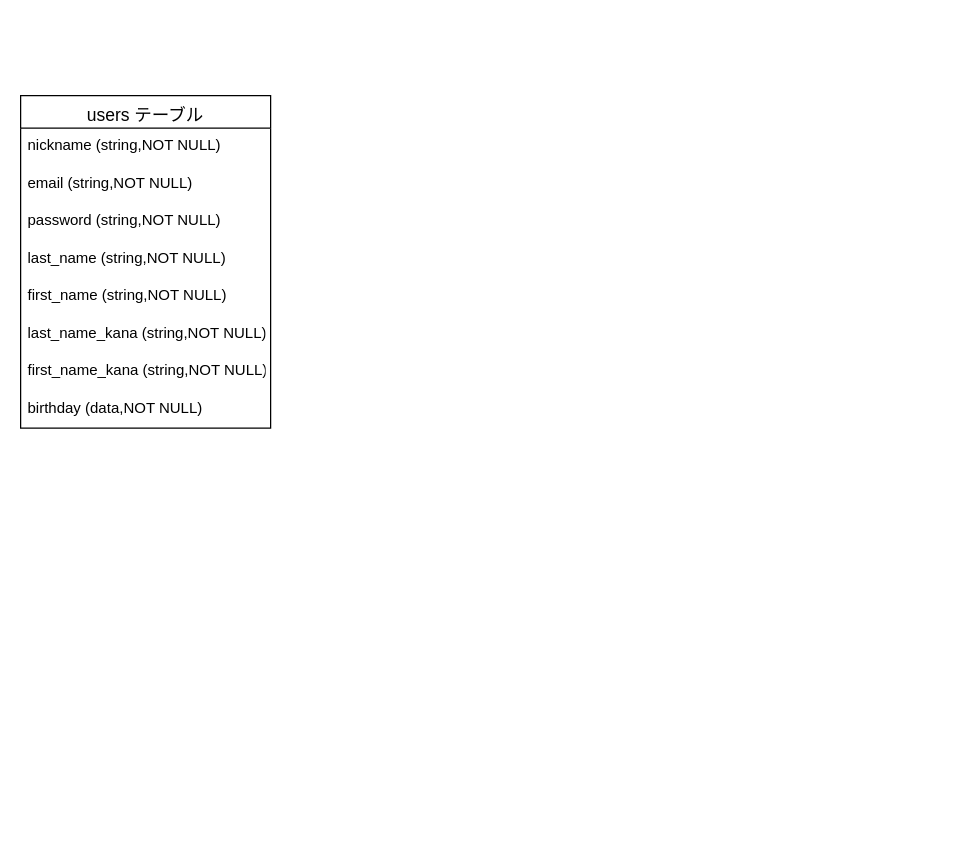
This is furima.dio from fujiwarashi/furima-31089, a draw.io file, before an edit. Source tidied: cells renumbered, new cells numbered last; positions are measured from the earlier drawing's top-left corner, leaving out a move shared by most shapes. Both pictures are drawn from the tidied source at 125%, with x=0, y=0 at pixel (20, 95).
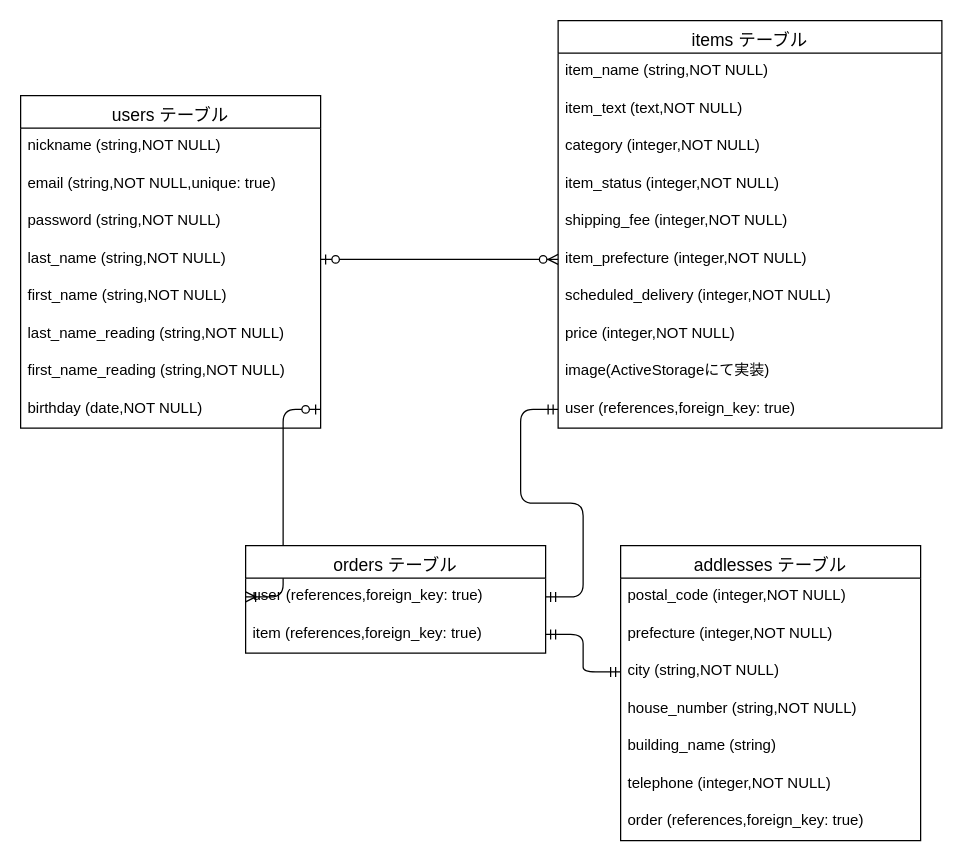
The same page after the edit.

Diff of the diagram source:
```diff
@@
+    <mxCell id="11" style="edgeStyle=entityRelationEdgeStyle;fontSize=12;html=1;endArrow=ERzeroToMany;startArrow=ERzeroToOne;exitX=1;exitY=0.5;exitDx=0;exitDy=0;entryX=0;entryY=0.5;entryDx=0;entryDy=0;" parent="1" edge="1" source="6" target="22">
+      <mxGeometry relative="1" as="geometry" />
+    </mxCell>
     <mxCell id="2" value="users テーブル" style="swimlane;fontStyle=0;horizontal=1;startSize=26;align=center;fontSize=14;verticalAlign=bottom;" parent="1" vertex="1">
-      <mxGeometry width="200" height="266" as="geometry" />
+      <mxGeometry width="240" height="266" as="geometry" />
     </mxCell>
     <mxCell id="3" value="nickname (string,NOT NULL)" style="text;strokeColor=none;fillColor=none;spacingLeft=4;spacingRight=4;overflow=hidden;fontSize=12;" parent="2" vertex="1">
-      <mxGeometry y="26" width="200" height="30" as="geometry" />
+      <mxGeometry y="26" width="240" height="30" as="geometry" />
     </mxCell>
-    <mxCell id="4" value="email (string,NOT NULL)" style="text;strokeColor=none;fillColor=none;spacingLeft=4;spacingRight=4;overflow=hidden;fontSize=12;" parent="2" vertex="1">
-      <mxGeometry y="56" width="200" height="30" as="geometry" />
-    </mxCell>
+    <mxCell id="12" value="email (string,NOT NULL,unique: true)" style="text;strokeColor=none;fillColor=none;spacingLeft=4;spacingRight=4;overflow=hidden;fontSize=12;" parent="2" vertex="1">
+      <mxGeometry y="56" width="240" height="30" as="geometry" />
+    </mxCell>
     <mxCell id="5" value="password (string,NOT NULL)" style="text;strokeColor=none;fillColor=none;spacingLeft=4;spacingRight=4;overflow=hidden;fontSize=12;" parent="2" vertex="1">
-      <mxGeometry y="86" width="200" height="30" as="geometry" />
+      <mxGeometry y="86" width="240" height="30" as="geometry" />
     </mxCell>
     <mxCell id="6" value="last_name (string,NOT NULL)" style="text;strokeColor=none;fillColor=none;spacingLeft=4;spacingRight=4;overflow=hidden;points=[[0,0.5],[1,0.5]];portConstraint=eastwest;fontSize=12;" parent="2" vertex="1">
-      <mxGeometry y="116" width="200" height="30" as="geometry" />
+      <mxGeometry y="116" width="240" height="30" as="geometry" />
     </mxCell>
     <mxCell id="7" value="first_name (string,NOT NULL)" style="text;strokeColor=none;fillColor=none;spacingLeft=4;spacingRight=4;overflow=hidden;fontSize=12;" parent="2" vertex="1">
-      <mxGeometry y="146" width="200" height="30" as="geometry" />
+      <mxGeometry y="146" width="240" height="30" as="geometry" />
     </mxCell>
-    <mxCell id="8" value="last_name_kana (string,NOT NULL)" style="text;strokeColor=none;fillColor=none;spacingLeft=4;spacingRight=4;overflow=hidden;fontSize=12;" parent="2" vertex="1">
-      <mxGeometry y="176" width="200" height="30" as="geometry" />
-    </mxCell>
-    <mxCell id="9" value="first_name_kana (string,NOT NULL)" style="text;strokeColor=none;fillColor=none;spacingLeft=4;spacingRight=4;overflow=hidden;fontSize=12;" parent="2" vertex="1">
-      <mxGeometry y="206" width="200" height="30" as="geometry" />
-    </mxCell>
-    <mxCell id="10" value="birthday (data,NOT NULL)" style="text;strokeColor=none;fillColor=none;spacingLeft=4;spacingRight=4;overflow=hidden;fontSize=12;" parent="2" vertex="1">
-      <mxGeometry y="236" width="200" height="30" as="geometry" />
-    </mxCell>
+    <mxCell id="13" value="last_name_reading (string,NOT NULL)" style="text;strokeColor=none;fillColor=none;spacingLeft=4;spacingRight=4;overflow=hidden;fontSize=12;" parent="2" vertex="1">
+      <mxGeometry y="176" width="240" height="30" as="geometry" />
+    </mxCell>
+    <mxCell id="14" value="first_name_reading (string,NOT NULL)" style="text;strokeColor=none;fillColor=none;spacingLeft=4;spacingRight=4;overflow=hidden;fontSize=12;" parent="2" vertex="1">
+      <mxGeometry y="206" width="240" height="30" as="geometry" />
+    </mxCell>
+    <mxCell id="15" value="birthday (date,NOT NULL)" style="text;strokeColor=none;fillColor=none;spacingLeft=4;spacingRight=4;overflow=hidden;points=[[0,0.5],[1,0.5]];portConstraint=eastwest;fontSize=12;" parent="2" vertex="1">
+      <mxGeometry y="236" width="240" height="30" as="geometry" />
+    </mxCell>
+    <mxCell id="16" value="items テーブル" style="swimlane;fontStyle=0;horizontal=1;startSize=26;align=center;fontSize=14;verticalAlign=bottom;" parent="1" vertex="1">
+      <mxGeometry x="430" y="-60" width="307" height="326" as="geometry" />
+    </mxCell>
+    <mxCell id="17" value="item_name (string,NOT NULL)" style="text;strokeColor=none;fillColor=none;spacingLeft=4;spacingRight=4;overflow=hidden;fontSize=12;" parent="16" vertex="1">
+      <mxGeometry y="26" width="307" height="30" as="geometry" />
+    </mxCell>
+    <mxCell id="18" value="item_text (text,NOT NULL)" style="text;strokeColor=none;fillColor=none;spacingLeft=4;spacingRight=4;overflow=hidden;fontSize=12;" parent="16" vertex="1">
+      <mxGeometry y="56" width="307" height="30" as="geometry" />
+    </mxCell>
+    <mxCell id="19" value="category (integer,NOT NULL)" style="text;strokeColor=none;fillColor=none;spacingLeft=4;spacingRight=4;overflow=hidden;fontSize=12;" parent="16" vertex="1">
+      <mxGeometry y="86" width="307" height="30" as="geometry" />
+    </mxCell>
+    <mxCell id="20" value="item_status (integer,NOT NULL)" style="text;strokeColor=none;fillColor=none;spacingLeft=4;spacingRight=4;overflow=hidden;fontSize=12;" parent="16" vertex="1">
+      <mxGeometry y="116" width="307" height="30" as="geometry" />
+    </mxCell>
+    <mxCell id="21" value="shipping_fee (integer,NOT NULL)" style="text;strokeColor=none;fillColor=none;spacingLeft=4;spacingRight=4;overflow=hidden;fontSize=12;" parent="16" vertex="1">
+      <mxGeometry y="146" width="307" height="30" as="geometry" />
+    </mxCell>
+    <mxCell id="22" value="item_prefecture (integer,NOT NULL)" style="text;strokeColor=none;fillColor=none;spacingLeft=4;spacingRight=4;overflow=hidden;points=[[0,0.5],[1,0.5]];portConstraint=eastwest;fontSize=12;" parent="16" vertex="1">
+      <mxGeometry y="176" width="307" height="30" as="geometry" />
+    </mxCell>
+    <mxCell id="23" value="scheduled_delivery (integer,NOT NULL)" style="text;strokeColor=none;fillColor=none;spacingLeft=4;spacingRight=4;overflow=hidden;fontSize=12;" parent="16" vertex="1">
+      <mxGeometry y="206" width="307" height="30" as="geometry" />
+    </mxCell>
+    <mxCell id="24" value="price (integer,NOT NULL)" style="text;strokeColor=none;fillColor=none;spacingLeft=4;spacingRight=4;overflow=hidden;fontSize=12;" parent="16" vertex="1">
+      <mxGeometry y="236" width="307" height="30" as="geometry" />
+    </mxCell>
+    <mxCell id="25" value="image(ActiveStorageにて実装)" style="text;strokeColor=none;fillColor=none;spacingLeft=4;spacingRight=4;overflow=hidden;fontSize=12;" parent="16" vertex="1">
+      <mxGeometry y="266" width="307" height="30" as="geometry" />
+    </mxCell>
+    <mxCell id="26" value="user (references,foreign_key: true)" style="text;strokeColor=none;fillColor=none;spacingLeft=4;spacingRight=4;overflow=hidden;points=[[0,0.5],[1,0.5]];portConstraint=eastwest;fontSize=12;" parent="16" vertex="1">
+      <mxGeometry y="296" width="307" height="30" as="geometry" />
+    </mxCell>
+    <mxCell id="27" style="edgeStyle=entityRelationEdgeStyle;fontSize=12;html=1;endArrow=ERoneToMany;startArrow=ERzeroToOne;entryX=0;entryY=0.5;entryDx=0;entryDy=0;exitX=1;exitY=0.5;exitDx=0;exitDy=0;" parent="1" edge="1" source="15" target="39">
+      <mxGeometry relative="1" as="geometry" />
+    </mxCell>
+    <mxCell id="28" style="edgeStyle=entityRelationEdgeStyle;fontSize=12;html=1;endArrow=ERmandOne;startArrow=ERmandOne;exitX=1;exitY=0.5;exitDx=0;exitDy=0;entryX=0;entryY=0.5;entryDx=0;entryDy=0;" parent="1" edge="1" source="40" target="33">
+      <mxGeometry relative="1" as="geometry" />
+    </mxCell>
+    <mxCell id="29" style="edgeStyle=entityRelationEdgeStyle;fontSize=12;html=1;endArrow=ERmandOne;startArrow=ERmandOne;entryX=0;entryY=0.5;entryDx=0;entryDy=0;exitX=1;exitY=0.5;exitDx=0;exitDy=0;" parent="1" edge="1" source="39" target="26">
+      <mxGeometry relative="1" as="geometry" />
+    </mxCell>
+    <mxCell id="30" value="addlesses テーブル" style="swimlane;fontStyle=0;horizontal=1;startSize=26;align=center;fontSize=14;verticalAlign=bottom;" parent="1" vertex="1">
+      <mxGeometry x="480" y="360" width="240" height="236" as="geometry" />
+    </mxCell>
+    <mxCell id="31" value="postal_code (integer,NOT NULL)" style="text;strokeColor=none;fillColor=none;spacingLeft=4;spacingRight=4;overflow=hidden;fontSize=12;" parent="30" vertex="1">
+      <mxGeometry y="26" width="240" height="30" as="geometry" />
+    </mxCell>
+    <mxCell id="32" value="prefecture (integer,NOT NULL)" style="text;strokeColor=none;fillColor=none;spacingLeft=4;spacingRight=4;overflow=hidden;fontSize=12;" parent="30" vertex="1">
+      <mxGeometry y="56" width="240" height="30" as="geometry" />
+    </mxCell>
+    <mxCell id="33" value="city (string,NOT NULL)" style="text;strokeColor=none;fillColor=none;spacingLeft=4;spacingRight=4;overflow=hidden;points=[[0,0.5],[1,0.5]];portConstraint=eastwest;fontSize=12;" parent="30" vertex="1">
+      <mxGeometry y="86" width="240" height="30" as="geometry" />
+    </mxCell>
+    <mxCell id="34" value="house_number (string,NOT NULL)" style="text;strokeColor=none;fillColor=none;spacingLeft=4;spacingRight=4;overflow=hidden;fontSize=12;" parent="30" vertex="1">
+      <mxGeometry y="116" width="240" height="30" as="geometry" />
+    </mxCell>
+    <mxCell id="35" value="building_name (string)" style="text;strokeColor=none;fillColor=none;spacingLeft=4;spacingRight=4;overflow=hidden;fontSize=12;" parent="30" vertex="1">
+      <mxGeometry y="146" width="240" height="30" as="geometry" />
+    </mxCell>
+    <mxCell id="36" value="telephone (integer,NOT NULL)" style="text;strokeColor=none;fillColor=none;spacingLeft=4;spacingRight=4;overflow=hidden;fontSize=12;" parent="30" vertex="1">
+      <mxGeometry y="176" width="240" height="30" as="geometry" />
+    </mxCell>
+    <mxCell id="37" value="order (references,foreign_key: true)" style="text;strokeColor=none;fillColor=none;spacingLeft=4;spacingRight=4;overflow=hidden;fontSize=12;" parent="30" vertex="1">
+      <mxGeometry y="206" width="240" height="30" as="geometry" />
+    </mxCell>
+    <mxCell id="38" value="orders テーブル" style="swimlane;fontStyle=0;horizontal=1;startSize=26;align=center;fontSize=14;verticalAlign=bottom;" parent="1" vertex="1">
+      <mxGeometry x="180" y="360" width="240" height="86" as="geometry" />
+    </mxCell>
+    <mxCell id="39" value="user (references,foreign_key: true)" style="text;strokeColor=none;fillColor=none;spacingLeft=4;spacingRight=4;overflow=hidden;points=[[0,0.5],[1,0.5]];portConstraint=eastwest;fontSize=12;" parent="38" vertex="1">
+      <mxGeometry y="26" width="240" height="30" as="geometry" />
+    </mxCell>
+    <mxCell id="40" value="item (references,foreign_key: true)" style="text;strokeColor=none;fillColor=none;spacingLeft=4;spacingRight=4;overflow=hidden;points=[[0,0.5],[1,0.5]];portConstraint=eastwest;fontSize=12;" parent="38" vertex="1">
+      <mxGeometry y="56" width="240" height="30" as="geometry" />
+    </mxCell>
```
